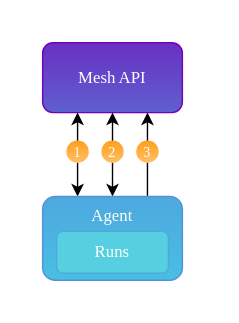
Earlier version of the draw.io export statics/workflow.svg (do87/poly). Source tidied: cells renumbered, new cells last; positions are measured from the earlier drawing's top-left corner, leaving out a move shared by most shapes.
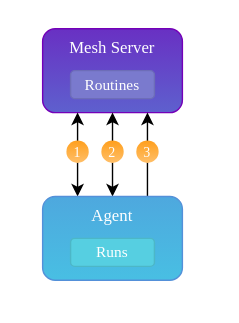
Above is the later version.

Commit message:
add mesh server ref

The edit, as a diff of the source:
```diff
@@ -5,8 +5,8 @@
     <mxCell id="2" style="rounded=1;whiteSpace=wrap;html=1;fontFamily=Verdana;fontSize=11;fontColor=#000000;strokeColor=none;fillColor=#FFFFFF;gradientColor=none;align=left;verticalAlign=middle;" parent="1" vertex="1">
       <mxGeometry width="170" height="230" as="geometry" />
     </mxCell>
-    <mxCell id="3" value="Mesh API" style="rounded=1;whiteSpace=wrap;html=1;fillColor=#6930c3;gradientColor=#5e60ce;strokeColor=#7400b8;fontColor=#FFFFFF;fontFamily=Verdana;fontStyle=0;" parent="1" vertex="1">
-      <mxGeometry x="30" y="30" width="100" height="50" as="geometry" />
+    <mxCell id="3" value="Mesh Server" style="rounded=1;whiteSpace=wrap;html=1;fillColor=#6930c3;gradientColor=#5e60ce;strokeColor=#7400b8;fontColor=#FFFFFF;fontFamily=Verdana;fontStyle=0;verticalAlign=top;" parent="1" vertex="1">
+      <mxGeometry x="30" y="20" width="100" height="60" as="geometry" />
     </mxCell>
     <mxCell id="4" style="edgeStyle=orthogonalEdgeStyle;rounded=0;jettySize=auto;html=1;exitX=0.25;exitY=0;exitDx=0;exitDy=0;entryX=0.25;entryY=1;entryDx=0;entryDy=0;fontFamily=Verdana;fontColor=#FFFFFF;startArrow=classic;startFill=1;" parent="1" edge="1" source="7" target="3">
       <mxGeometry relative="1" as="geometry" />
@@ -29,8 +29,11 @@
     <mxCell id="10" value="3" style="ellipse;whiteSpace=wrap;html=1;fontFamily=Verdana;fontColor=#FFFFFF;strokeColor=none;fillColor=#ff9f1c;gradientColor=#ffbf69;fontSize=10;" parent="1" vertex="1">
       <mxGeometry x="97" y="100" width="16" height="16" as="geometry" />
     </mxCell>
+    <mxCell id="12" value="Routines" style="rounded=1;whiteSpace=wrap;html=1;fillColor=#7A7ACE;strokeColor=#6D6DB8;fontColor=#FFFFFF;fontFamily=Verdana;fontStyle=0;verticalAlign=middle;fontSize=11;" parent="1" vertex="1">
+      <mxGeometry x="50" y="50" width="60" height="20" as="geometry" />
+    </mxCell>
-    <mxCell id="11" value="Runs" style="rounded=1;whiteSpace=wrap;html=1;fillColor=#56cfe1;strokeColor=#4ea8de;fontColor=#FFFFFF;fontFamily=Verdana;fontStyle=0;verticalAlign=middle;" parent="1" vertex="1">
-      <mxGeometry x="40" y="165" width="80" height="30" as="geometry" />
+    <mxCell id="11" value="Runs" style="rounded=1;whiteSpace=wrap;html=1;fillColor=#56cfe1;strokeColor=#4CB7C7;fontColor=#FFFFFF;fontFamily=Verdana;fontStyle=0;verticalAlign=middle;fontSize=11;" parent="1" vertex="1">
+      <mxGeometry x="50" y="170" width="60" height="20" as="geometry" />
     </mxCell>
   </root>
 </mxGraphModel>
```
